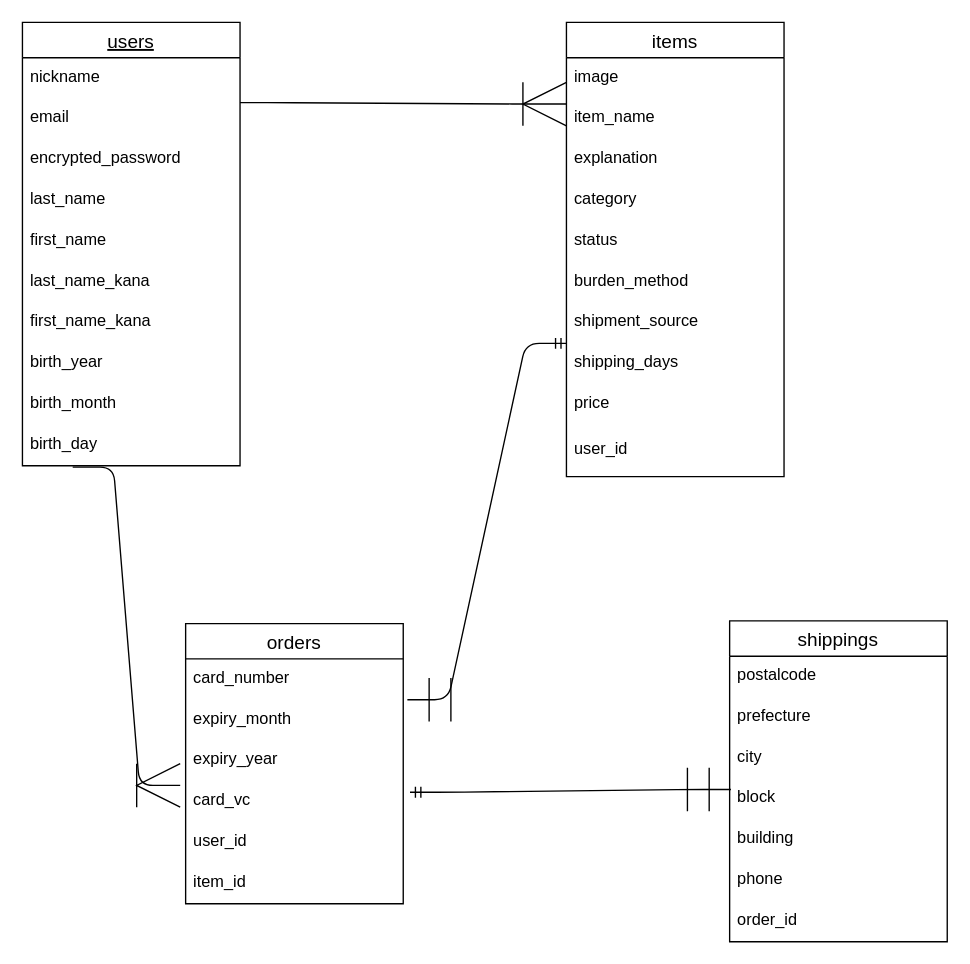
This is furima.dio from Stoneka/furima-36580, a draw.io file, before an edit. Source tidied: cells renumbered, new cells numbered last; positions are measured from the earlier drawing's top-left corner, leaving out a move shared by most shapes. Both pictures are drawn from the tidied source at 136%, with x=0, y=0 at pixel (22, 22).
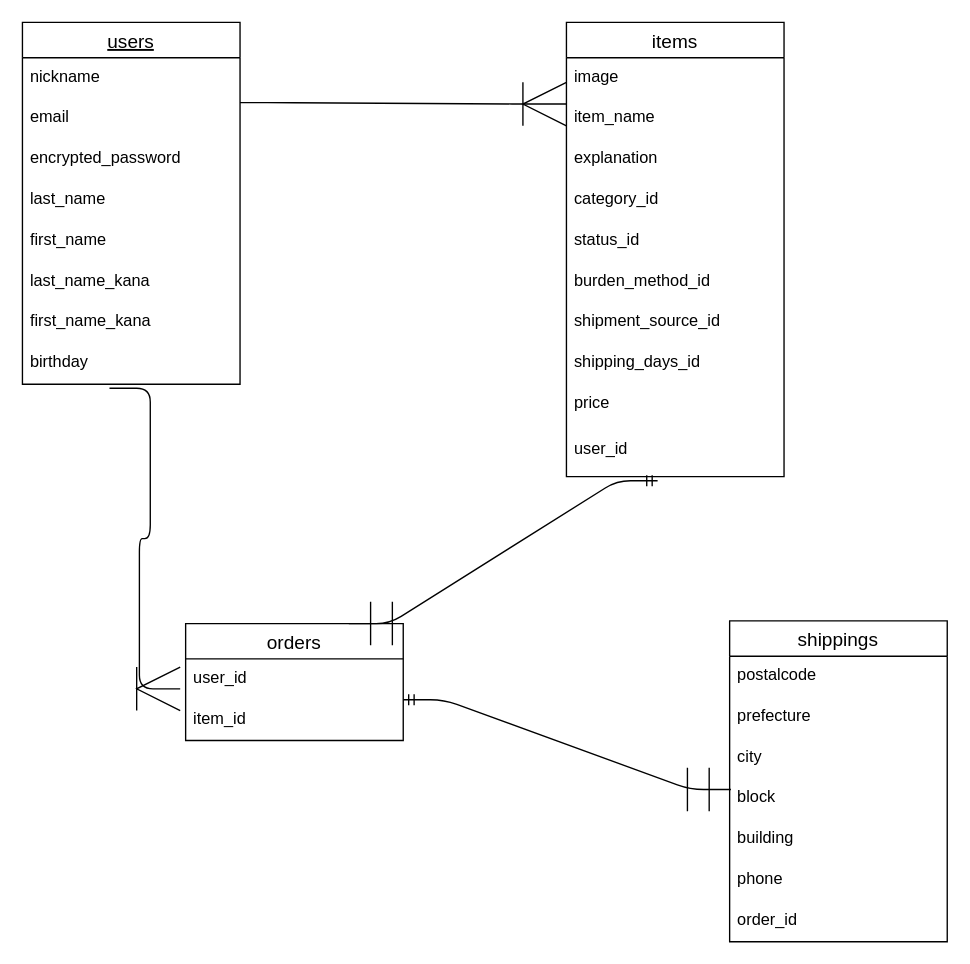
After the change.

Unchanged cells that the change refers to:
```xml
<mxCell id="13" value="items" style="swimlane;fontStyle=0;horizontal=1;startSize=26;align=center;fontSize=14;" parent="1" vertex="1">
  <mxGeometry x="400" width="160" height="334" as="geometry" />
</mxCell>
<mxCell id="23" value="user_id" style="text;strokeColor=none;fillColor=none;spacingLeft=4;spacingRight=4;overflow=hidden;points=[[0,0.5],[1,0.5]];portConstraint=eastwest;fontSize=12;" parent="13" vertex="1">
  <mxGeometry y="300" width="160" height="34" as="geometry" />
</mxCell>
<mxCell id="35" value="block" style="text;strokeColor=none;fillColor=none;spacingLeft=4;spacingRight=4;overflow=hidden;points=[[0,0.5],[1,0.5]];portConstraint=eastwest;fontSize=12;" parent="31" vertex="1">
  <mxGeometry y="116" width="160" height="30" as="geometry" />
</mxCell>
```

What changed in the source:
```diff
@@
     <mxCell id="2" value="users" style="swimlane;fontStyle=4;horizontal=1;startSize=26;align=center;fontSize=14;" parent="1" vertex="1">
-      <mxGeometry width="160" height="326" as="geometry" />
+      <mxGeometry width="160" height="266" as="geometry" />
     </mxCell>
@@
-    <mxCell id="10" value="birth_year" style="text;strokeColor=none;fillColor=none;spacingLeft=4;spacingRight=4;overflow=hidden;points=[[0,0.5],[1,0.5]];portConstraint=eastwest;fontSize=12;" parent="2" vertex="1">
+    <mxCell id="10" value="birthday" style="text;strokeColor=none;fillColor=none;spacingLeft=4;spacingRight=4;overflow=hidden;points=[[0,0.5],[1,0.5]];portConstraint=eastwest;fontSize=12;" parent="2" vertex="1">
       <mxGeometry y="236" width="160" height="30" as="geometry" />
     </mxCell>
-    <mxCell id="11" value="birth_month" style="text;strokeColor=none;fillColor=none;spacingLeft=4;spacingRight=4;overflow=hidden;fontSize=12;" parent="2" vertex="1">
-      <mxGeometry y="266" width="160" height="30" as="geometry" />
-    </mxCell>
-    <mxCell id="12" value="birth_day" style="text;strokeColor=none;fillColor=none;spacingLeft=4;spacingRight=4;overflow=hidden;points=[[0,0.5],[1,0.5]];portConstraint=eastwest;fontSize=12;" parent="2" vertex="1">
-      <mxGeometry y="296" width="160" height="30" as="geometry" />
-    </mxCell>
@@
-    <mxCell id="17" value="category" style="text;strokeColor=none;fillColor=none;spacingLeft=4;spacingRight=4;overflow=hidden;fontSize=12;" parent="13" vertex="1">
+    <mxCell id="17" value="category_id" style="text;strokeColor=none;fillColor=none;spacingLeft=4;spacingRight=4;overflow=hidden;fontSize=12;" parent="13" vertex="1">
       <mxGeometry y="116" width="160" height="30" as="geometry" />
     </mxCell>
-    <mxCell id="18" value="status" style="text;strokeColor=none;fillColor=none;spacingLeft=4;spacingRight=4;overflow=hidden;fontSize=12;" parent="13" vertex="1">
+    <mxCell id="18" value="status_id" style="text;strokeColor=none;fillColor=none;spacingLeft=4;spacingRight=4;overflow=hidden;fontSize=12;" parent="13" vertex="1">
       <mxGeometry y="146" width="160" height="30" as="geometry" />
     </mxCell>
-    <mxCell id="19" value="burden_method" style="text;strokeColor=none;fillColor=none;spacingLeft=4;spacingRight=4;overflow=hidden;fontSize=12;" parent="13" vertex="1">
+    <mxCell id="19" value="burden_method_id" style="text;strokeColor=none;fillColor=none;spacingLeft=4;spacingRight=4;overflow=hidden;fontSize=12;" parent="13" vertex="1">
       <mxGeometry y="176" width="160" height="30" as="geometry" />
     </mxCell>
-    <mxCell id="20" value="shipment_source" style="text;strokeColor=none;fillColor=none;spacingLeft=4;spacingRight=4;overflow=hidden;fontSize=12;" parent="13" vertex="1">
+    <mxCell id="20" value="shipment_source_id" style="text;strokeColor=none;fillColor=none;spacingLeft=4;spacingRight=4;overflow=hidden;fontSize=12;" parent="13" vertex="1">
       <mxGeometry y="206" width="160" height="30" as="geometry" />
     </mxCell>
-    <mxCell id="21" value="shipping_days" style="text;strokeColor=none;fillColor=none;spacingLeft=4;spacingRight=4;overflow=hidden;points=[[0,0.5],[1,0.5]];portConstraint=eastwest;fontSize=12;" parent="13" vertex="1">
+    <mxCell id="21" value="shipping_days_id" style="text;strokeColor=none;fillColor=none;spacingLeft=4;spacingRight=4;overflow=hidden;points=[[0,0.5],[1,0.5]];portConstraint=eastwest;fontSize=12;" parent="13" vertex="1">
       <mxGeometry y="236" width="160" height="30" as="geometry" />
     </mxCell>
@@
     <mxCell id="24" value="orders" style="swimlane;fontStyle=0;horizontal=1;startSize=26;align=center;fontSize=14;" parent="1" vertex="1">
-      <mxGeometry x="120" y="442" width="160" height="206" as="geometry" />
+      <mxGeometry x="120" y="442" width="160" height="86" as="geometry" />
     </mxCell>
-    <mxCell id="25" value="card_number" style="text;strokeColor=none;fillColor=none;spacingLeft=4;spacingRight=4;overflow=hidden;points=[[0,0.5],[1,0.5]];portConstraint=eastwest;fontSize=12;" parent="24" vertex="1">
-      <mxGeometry y="26" width="160" height="30" as="geometry" />
-    </mxCell>
-    <mxCell id="26" value="expiry_month" style="text;strokeColor=none;fillColor=none;spacingLeft=4;spacingRight=4;overflow=hidden;fontSize=12;" parent="24" vertex="1">
-      <mxGeometry y="56" width="160" height="30" as="geometry" />
-    </mxCell>
-    <mxCell id="27" value="expiry_year" style="text;strokeColor=none;fillColor=none;spacingLeft=4;spacingRight=4;overflow=hidden;fontSize=12;" parent="24" vertex="1">
-      <mxGeometry y="86" width="160" height="30" as="geometry" />
-    </mxCell>
-    <mxCell id="28" value="card_vc" style="text;strokeColor=none;fillColor=none;spacingLeft=4;spacingRight=4;overflow=hidden;points=[[0,0.5],[1,0.5]];portConstraint=eastwest;fontSize=12;" parent="24" vertex="1">
-      <mxGeometry y="116" width="160" height="30" as="geometry" />
-    </mxCell>
     <mxCell id="29" value="user_id" style="text;strokeColor=none;fillColor=none;spacingLeft=4;spacingRight=4;overflow=hidden;points=[[0,0.5],[1,0.5]];portConstraint=eastwest;fontSize=12;" parent="24" vertex="1">
-      <mxGeometry y="146" width="160" height="30" as="geometry" />
+      <mxGeometry y="26" width="160" height="30" as="geometry" />
     </mxCell>
     <mxCell id="30" value="item_id" style="text;strokeColor=none;fillColor=none;spacingLeft=4;spacingRight=4;overflow=hidden;fontSize=12;" parent="24" vertex="1">
-      <mxGeometry y="176" width="160" height="30" as="geometry" />
+      <mxGeometry y="56" width="160" height="30" as="geometry" />
     </mxCell>
@@
-    <mxCell id="40" style="edgeStyle=entityRelationEdgeStyle;fontSize=12;html=1;endArrow=ERoneToMany;endSize=30;entryX=-0.025;entryY=0.1;entryDx=0;entryDy=0;entryPerimeter=0;exitX=0.231;exitY=1.033;exitDx=0;exitDy=0;exitPerimeter=0;" parent="1" edge="1" source="12" target="28">
-      <mxGeometry relative="1" as="geometry" />
+    <mxCell id="40" style="edgeStyle=entityRelationEdgeStyle;fontSize=12;html=1;endArrow=ERoneToMany;endSize=30;exitX=0.4;exitY=1.1;exitDx=0;exitDy=0;exitPerimeter=0;" parent="1" edge="1" source="10">
+      <mxGeometry relative="1" as="geometry">
+        <mxPoint x="116" y="490" as="targetPoint" />
+      </mxGeometry>
     </mxCell>
-    <mxCell id="41" style="edgeStyle=entityRelationEdgeStyle;fontSize=12;html=1;endArrow=ERmandOne;startArrow=ERmandOne;endSize=30;entryX=1.019;entryY=1;entryDx=0;entryDy=0;entryPerimeter=0;exitX=0;exitY=0;exitDx=0;exitDy=0;exitPerimeter=0;" parent="1" edge="1" source="21" target="25">
+    <mxCell id="41" style="edgeStyle=entityRelationEdgeStyle;fontSize=12;html=1;endArrow=ERmandOne;startArrow=ERmandOne;endSize=30;entryX=0.75;entryY=0;entryDx=0;entryDy=0;exitX=0.419;exitY=1.088;exitDx=0;exitDy=0;exitPerimeter=0;" parent="1" edge="1" source="23" target="24">
       <mxGeometry relative="1" as="geometry" />
     </mxCell>
-    <mxCell id="42" style="edgeStyle=entityRelationEdgeStyle;fontSize=12;html=1;endArrow=ERmandOne;startArrow=ERmandOne;endSize=30;exitX=1.031;exitY=0.267;exitDx=0;exitDy=0;exitPerimeter=0;entryX=0.006;entryY=0.267;entryDx=0;entryDy=0;entryPerimeter=0;" parent="1" edge="1" source="28" target="35">
+    <mxCell id="42" style="edgeStyle=entityRelationEdgeStyle;fontSize=12;html=1;endArrow=ERmandOne;startArrow=ERmandOne;endSize=30;exitX=1;exitY=1;exitDx=0;exitDy=0;exitPerimeter=0;entryX=0.006;entryY=0.267;entryDx=0;entryDy=0;entryPerimeter=0;" parent="1" edge="1" source="29" target="35">
       <mxGeometry relative="1" as="geometry" />
     </mxCell>
```
